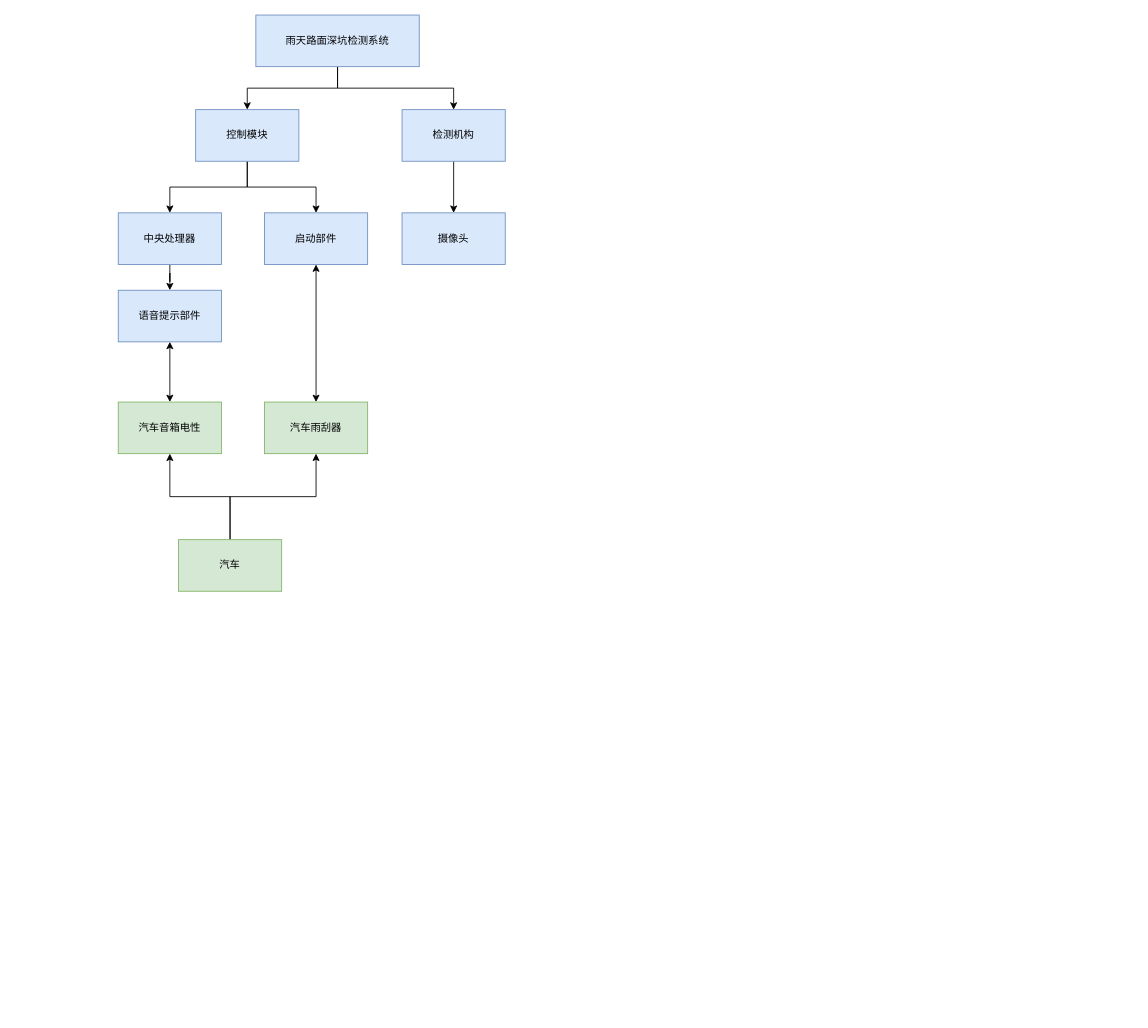
This is 未命名绘图2.drawio from bugquella/kitti, a draw.io file, before an edit. Source tidied: cells renumbered, new cells numbered last; positions are measured from the earlier drawing's top-left corner, leaving out a move shared by most shapes. Both pictures are drawn from the tidied source at 86%, with x=0, y=0 at pixel (118, 15).
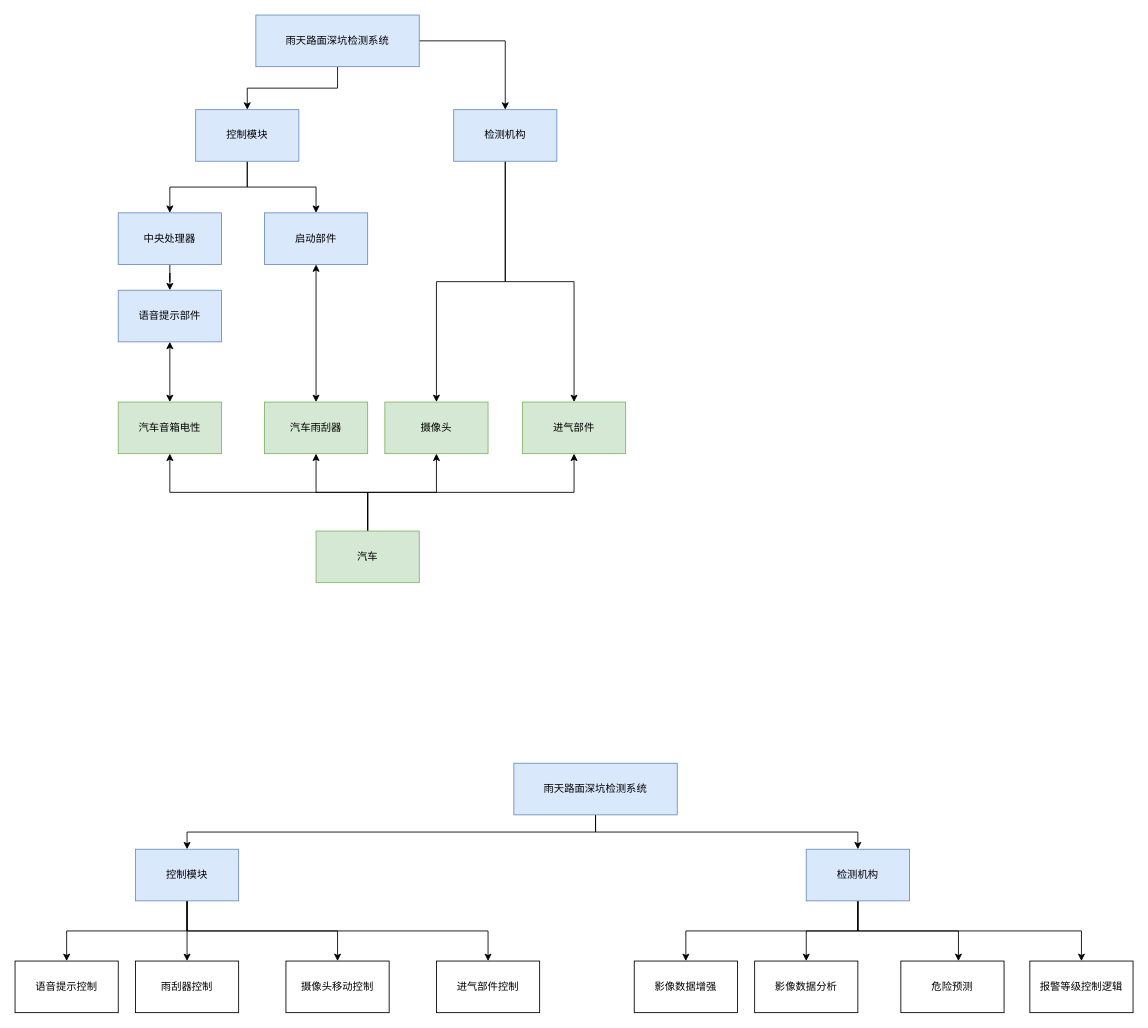
The same page after the edit.

Commit message:
更新未命名绘图2.drawio

The change refers to these unchanged cells:
```xml
<mxCell id="15" value="汽车音箱电性 " style="rounded=0;whiteSpace=wrap;html=1;fillColor=#d5e8d4;strokeColor=#82b366;" parent="1" vertex="1">
  <mxGeometry y="450" width="120" height="60" as="geometry" />
</mxCell>
```

The edit, as a diff of the source:
```diff
@@
+    <mxCell id="22" style="edgeStyle=orthogonalEdgeStyle;rounded=0;jettySize=auto;html=1;entryX=0.5;entryY=0;entryDx=0;entryDy=0;" parent="1" edge="1" source="9" target="25">
+      <mxGeometry relative="1" as="geometry" />
+    </mxCell>
     <mxCell id="9" value="检测机构 " style="rounded=0;whiteSpace=wrap;html=1;fillColor=#dae8fc;strokeColor=#6c8ebf;" parent="1" vertex="1">
-      <mxGeometry x="330" y="110" width="120" height="60" as="geometry" />
+      <mxGeometry x="390" y="110" width="120" height="60" as="geometry" />
     </mxCell>
@@
-    <mxCell id="14" value="摄像头" style="rounded=0;whiteSpace=wrap;html=1;fillColor=#dae8fc;strokeColor=#6c8ebf;" parent="1" vertex="1">
-      <mxGeometry x="330" y="230" width="120" height="60" as="geometry" />
+    <mxCell id="14" value="摄像头" style="rounded=0;whiteSpace=wrap;html=1;fillColor=#d5e8d4;strokeColor=#82b366;" parent="1" vertex="1">
+      <mxGeometry x="310" y="450" width="120" height="60" as="geometry" />
     </mxCell>
@@
-    <mxCell id="16" style="edgeStyle=orthogonalEdgeStyle;rounded=0;jettySize=auto;html=1;entryX=0.5;entryY=1;entryDx=0;entryDy=0;" parent="1" edge="1" source="18" target="15">
+    <mxCell id="16" style="edgeStyle=orthogonalEdgeStyle;rounded=0;jettySize=auto;html=1;entryX=0.5;entryY=1;entryDx=0;entryDy=0;exitX=0.5;exitY=0;exitDx=0;exitDy=0;exitPerimeter=0;" parent="1" edge="1" source="18" target="15">
       <mxGeometry relative="1" as="geometry" />
     </mxCell>
@@
+    <mxCell id="23" style="edgeStyle=orthogonalEdgeStyle;rounded=0;jettySize=auto;html=1;exitX=0.5;exitY=0;exitDx=0;exitDy=0;" parent="1" edge="1" source="18" target="14">
+      <mxGeometry relative="1" as="geometry" />
+    </mxCell>
+    <mxCell id="24" style="edgeStyle=orthogonalEdgeStyle;rounded=0;jettySize=auto;html=1;entryX=0.5;entryY=1;entryDx=0;entryDy=0;exitX=0.5;exitY=0;exitDx=0;exitDy=0;" parent="1" edge="1" source="18" target="25">
+      <mxGeometry relative="1" as="geometry" />
+    </mxCell>
     <mxCell id="18" value="汽车" style="rounded=0;whiteSpace=wrap;html=1;fillColor=#d5e8d4;strokeColor=#82b366;" parent="1" vertex="1">
-      <mxGeometry x="70" y="610" width="120" height="60" as="geometry" />
+      <mxGeometry x="230" y="600" width="120" height="60" as="geometry" />
     </mxCell>
@@
+    <mxCell id="25" value="进气部件 &lt;br/&gt;" style="rounded=0;whiteSpace=wrap;html=1;fillColor=#d5e8d4;strokeColor=#82b366;" parent="1" vertex="1">
+      <mxGeometry x="470" y="450" width="120" height="60" as="geometry" />
+    </mxCell>
+    <mxCell id="26" style="edgeStyle=orthogonalEdgeStyle;rounded=0;jettySize=auto;html=1;entryX=0.5;entryY=0;entryDx=0;entryDy=0;exitX=0.5;exitY=1;exitDx=0;exitDy=0;" parent="1" edge="1" source="28" target="33">
+      <mxGeometry relative="1" as="geometry" />
+    </mxCell>
+    <mxCell id="27" style="edgeStyle=orthogonalEdgeStyle;rounded=0;jettySize=auto;html=1;entryX=0.5;entryY=0;entryDx=0;entryDy=0;exitX=0.5;exitY=1;exitDx=0;exitDy=0;" parent="1" edge="1" source="28" target="38">
+      <mxGeometry relative="1" as="geometry" />
+    </mxCell>
+    <mxCell id="28" value="雨天路面深坑检测系统 &lt;br/&gt;" style="rounded=0;whiteSpace=wrap;html=1;fillColor=#dae8fc;strokeColor=#6c8ebf;" parent="1" vertex="1">
+      <mxGeometry x="460" y="870" width="190" height="60" as="geometry" />
+    </mxCell>
+    <mxCell id="29" style="edgeStyle=orthogonalEdgeStyle;rounded=0;jettySize=auto;html=1;entryX=0.5;entryY=0;entryDx=0;entryDy=0;exitX=0.5;exitY=1;exitDx=0;exitDy=0;" parent="1" edge="1" source="33" target="39">
+      <mxGeometry relative="1" as="geometry" />
+    </mxCell>
+    <mxCell id="30" style="edgeStyle=orthogonalEdgeStyle;rounded=0;jettySize=auto;html=1;entryX=0.5;entryY=0;entryDx=0;entryDy=0;" parent="1" edge="1" source="33" target="40">
+      <mxGeometry relative="1" as="geometry" />
+    </mxCell>
+    <mxCell id="31" style="edgeStyle=orthogonalEdgeStyle;rounded=0;jettySize=auto;html=1;entryX=0.5;entryY=0;entryDx=0;entryDy=0;exitX=0.5;exitY=1;exitDx=0;exitDy=0;" parent="1" edge="1" source="33" target="41">
+      <mxGeometry relative="1" as="geometry" />
+    </mxCell>
+    <mxCell id="32" style="edgeStyle=orthogonalEdgeStyle;rounded=0;jettySize=auto;html=1;entryX=0.5;entryY=0;entryDx=0;entryDy=0;exitX=0.5;exitY=1;exitDx=0;exitDy=0;" parent="1" edge="1" source="33" target="42">
+      <mxGeometry relative="1" as="geometry" />
+    </mxCell>
+    <mxCell id="33" value="控制模块" style="rounded=0;whiteSpace=wrap;html=1;fillColor=#dae8fc;strokeColor=#6c8ebf;" parent="1" vertex="1">
+      <mxGeometry x="20" y="970" width="120" height="60" as="geometry" />
+    </mxCell>
+    <mxCell id="34" style="edgeStyle=orthogonalEdgeStyle;rounded=0;jettySize=auto;html=1;entryX=0.5;entryY=0;entryDx=0;entryDy=0;exitX=0.5;exitY=1;exitDx=0;exitDy=0;" parent="1" edge="1" source="38" target="43">
+      <mxGeometry relative="1" as="geometry" />
+    </mxCell>
+    <mxCell id="35" style="edgeStyle=orthogonalEdgeStyle;rounded=0;jettySize=auto;html=1;" parent="1" edge="1" source="38" target="44">
+      <mxGeometry relative="1" as="geometry" />
+    </mxCell>
+    <mxCell id="36" style="edgeStyle=orthogonalEdgeStyle;rounded=0;jettySize=auto;html=1;entryX=0.558;entryY=0;entryDx=0;entryDy=0;entryPerimeter=0;" parent="1" edge="1" source="38" target="45">
+      <mxGeometry relative="1" as="geometry" />
+    </mxCell>
+    <mxCell id="37" style="edgeStyle=orthogonalEdgeStyle;rounded=0;jettySize=auto;html=1;exitX=0.5;exitY=1;exitDx=0;exitDy=0;" parent="1" edge="1" source="38" target="46">
+      <mxGeometry relative="1" as="geometry" />
+    </mxCell>
+    <mxCell id="38" value="检测机构 " style="rounded=0;whiteSpace=wrap;html=1;fillColor=#dae8fc;strokeColor=#6c8ebf;" parent="1" vertex="1">
+      <mxGeometry x="800" y="970" width="120" height="60" as="geometry" />
+    </mxCell>
+    <mxCell id="39" value="语音提示控制" style="rounded=0;whiteSpace=wrap;html=1;" parent="1" vertex="1">
+      <mxGeometry x="-120" y="1100" width="120" height="60" as="geometry" />
+    </mxCell>
+    <mxCell id="40" value="雨刮器控制" style="rounded=0;whiteSpace=wrap;html=1;" parent="1" vertex="1">
+      <mxGeometry x="20" y="1100" width="120" height="60" as="geometry" />
+    </mxCell>
+    <mxCell id="41" value="摄像头移动控制" style="rounded=0;whiteSpace=wrap;html=1;" parent="1" vertex="1">
+      <mxGeometry x="195" y="1100" width="120" height="60" as="geometry" />
+    </mxCell>
+    <mxCell id="42" value="进气部件控制" style="rounded=0;whiteSpace=wrap;html=1;" parent="1" vertex="1">
+      <mxGeometry x="370" y="1100" width="120" height="60" as="geometry" />
+    </mxCell>
+    <mxCell id="43" value="影像数据增强" style="rounded=0;whiteSpace=wrap;html=1;" parent="1" vertex="1">
+      <mxGeometry x="600" y="1100" width="120" height="60" as="geometry" />
+    </mxCell>
+    <mxCell id="44" value="影像数据分析" style="rounded=0;whiteSpace=wrap;html=1;" parent="1" vertex="1">
+      <mxGeometry x="740" y="1100" width="120" height="60" as="geometry" />
+    </mxCell>
+    <mxCell id="45" value="危险预测" style="rounded=0;whiteSpace=wrap;html=1;" parent="1" vertex="1">
+      <mxGeometry x="910" y="1100" width="120" height="60" as="geometry" />
+    </mxCell>
+    <mxCell id="46" value="报警等级控制逻辑" style="rounded=0;whiteSpace=wrap;html=1;" parent="1" vertex="1">
+      <mxGeometry x="1060" y="1100" width="120" height="60" as="geometry" />
+    </mxCell>
```
